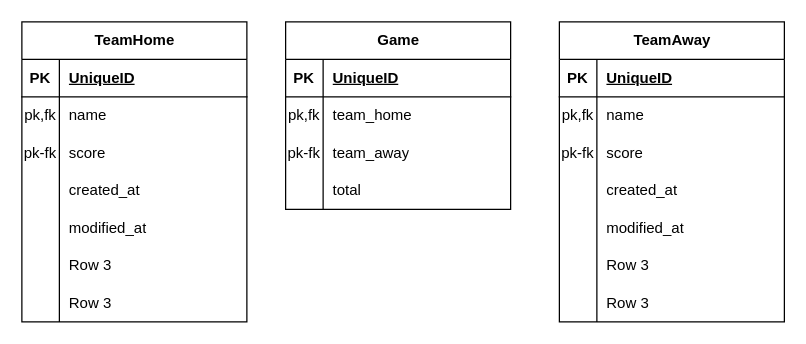
Earlier version of the draw.io diagram Untitled Diagram.drawio (1LuMiniK/diagrams). Source tidied: cells renumbered, new cells numbered last; positions are measured from the earlier drawing's top-left corner, leaving out a move shared by most shapes. Both pictures are drawn from the tidied source at 125%, with x=0, y=0 at pixel (21, 21).
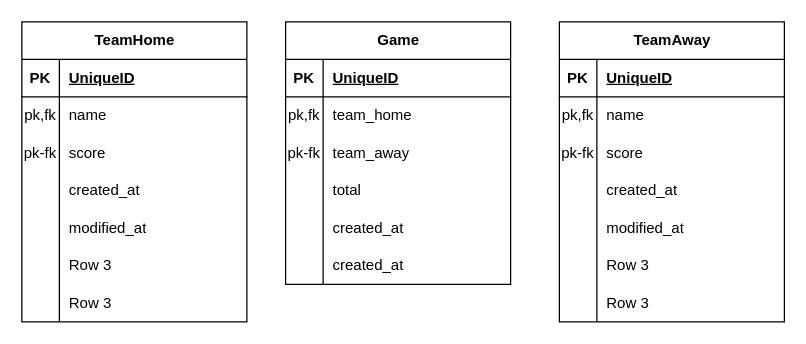
After the change.

Diff of the diagram source:
```diff
@@
     <mxCell id="2" value="Game" style="shape=table;startSize=30;childLayout=tableLayout;rowLines=0;fontStyle=1;align=center;html=1;" parent="1" vertex="1">
-      <mxGeometry x="211" width="180" height="150" as="geometry" />
+      <mxGeometry x="211" width="180" height="210" as="geometry" />
     </mxCell>
@@
+    <mxCell id="59" style="shape=tableRow;horizontal=0;startSize=0;swimlaneHead=0;swimlaneBody=0;fillColor=none;top=0;left=0;right=0;bottom=0;" parent="2" vertex="1">
+      <mxGeometry y="150" width="180" height="30" as="geometry" />
+    </mxCell>
+    <mxCell id="60" style="shape=partialRectangle;fillColor=none;top=0;left=0;bottom=0;right=0;overflow=hidden;whiteSpace=wrap;html=1;" parent="59" vertex="1">
+      <mxGeometry width="30" height="30" as="geometry" />
+    </mxCell>
+    <mxCell id="61" value="created_at" style="shape=partialRectangle;fillColor=none;top=0;left=0;bottom=0;right=0;align=left;spacingLeft=6;overflow=hidden;whiteSpace=wrap;html=1;" parent="59" vertex="1">
+      <mxGeometry x="30" width="150" height="30" as="geometry" />
+    </mxCell>
+    <mxCell id="62" style="shape=tableRow;horizontal=0;startSize=0;swimlaneHead=0;swimlaneBody=0;fillColor=none;top=0;left=0;right=0;bottom=0;" parent="2" vertex="1">
+      <mxGeometry y="180" width="180" height="30" as="geometry" />
+    </mxCell>
+    <mxCell id="63" style="shape=partialRectangle;fillColor=none;top=0;left=0;bottom=0;right=0;overflow=hidden;whiteSpace=wrap;html=1;" parent="62" vertex="1">
+      <mxGeometry width="30" height="30" as="geometry" />
+    </mxCell>
+    <mxCell id="64" value="created_at" style="shape=partialRectangle;fillColor=none;top=0;left=0;bottom=0;right=0;align=left;spacingLeft=6;overflow=hidden;whiteSpace=wrap;html=1;" parent="62" vertex="1">
+      <mxGeometry x="30" width="150" height="30" as="geometry" />
+    </mxCell>
```
